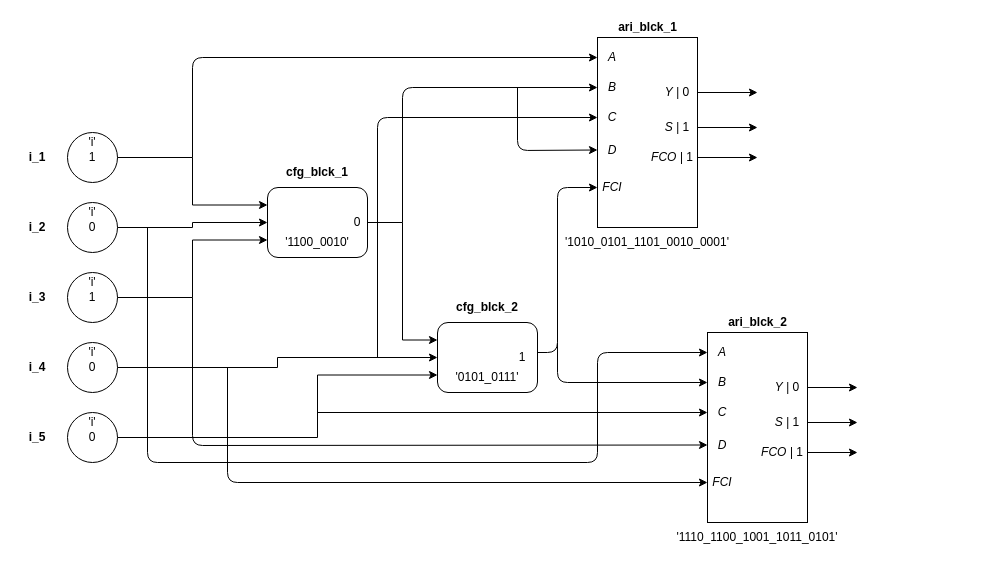
Above: multimedia/example_graph.drawio in Reconfig-Comp/assign_1 (draw.io), before the change. Source tidied: cells renumbered, new cells numbered last; positions are measured from the earlier drawing's top-left corner, leaving out a move shared by most shapes. Both pictures are drawn from the tidied source at 100%, with x=0, y=0 at pixel (17, 17).
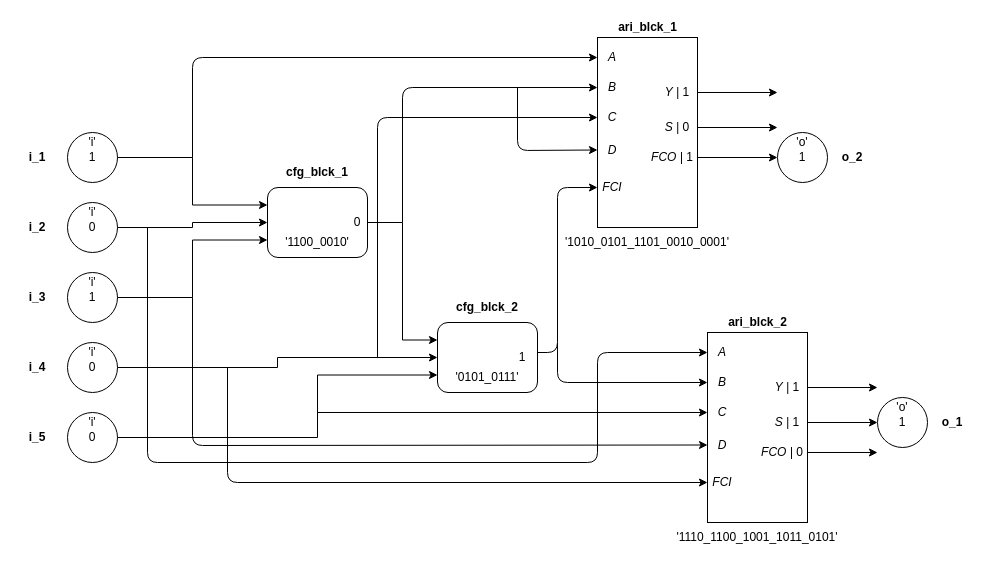
The same diagram, later.

Unchanged cells that the change refers to:
```xml
<mxCell id="38" style="group;" parent="1" vertex="1">
  <mxGeometry x="540" width="180" height="235" as="geometry" />
</mxCell>
<mxCell id="47" value="&lt;i&gt;FCO | &lt;/i&gt;1" style="text;html=1;strokeColor=none;fillColor=none;align=center;verticalAlign=middle;whiteSpace=wrap;rounded=0;" parent="38" vertex="1">
  <mxGeometry x="90" y="130" width="50" height="20" as="geometry" />
</mxCell>
<mxCell id="58" style="group;" parent="1" vertex="1">
  <mxGeometry x="650" y="295" width="180" height="235" as="geometry" />
</mxCell>
<mxCell id="66" value="&lt;i&gt;S | &lt;/i&gt;1" style="text;html=1;strokeColor=none;fillColor=none;align=center;verticalAlign=middle;whiteSpace=wrap;rounded=0;" parent="58" vertex="1">
  <mxGeometry x="100" y="100" width="40" height="20" as="geometry" />
</mxCell>
```

Diff of the diagram source:
```diff
@@
-    <mxCell id="45" value="&lt;i&gt;Y | &lt;/i&gt;0" style="text;html=1;strokeColor=none;fillColor=none;align=center;verticalAlign=middle;whiteSpace=wrap;rounded=0;" parent="38" vertex="1">
+    <mxCell id="45" value="&lt;i&gt;Y | &lt;/i&gt;1" style="text;html=1;strokeColor=none;fillColor=none;align=center;verticalAlign=middle;whiteSpace=wrap;rounded=0;" parent="38" vertex="1">
       <mxGeometry x="100" y="65" width="40" height="20" as="geometry" />
     </mxCell>
-    <mxCell id="46" value="&lt;i&gt;S | &lt;/i&gt;1" style="text;html=1;strokeColor=none;fillColor=none;align=center;verticalAlign=middle;whiteSpace=wrap;rounded=0;" parent="38" vertex="1">
+    <mxCell id="46" value="&lt;i&gt;S | &lt;/i&gt;0" style="text;html=1;strokeColor=none;fillColor=none;align=center;verticalAlign=middle;whiteSpace=wrap;rounded=0;" parent="38" vertex="1">
       <mxGeometry x="100" y="100" width="40" height="20" as="geometry" />
     </mxCell>
@@
     <mxCell id="55" style="endArrow=classic;html=1;exitX=1;exitY=0.5;exitDx=0;exitDy=0;" parent="1" edge="1" source="45">
       <mxGeometry relative="1" as="geometry">
-        <mxPoint x="740" y="75" as="targetPoint" />
+        <mxPoint x="760" y="75" as="targetPoint" />
       </mxGeometry>
     </mxCell>
     <mxCell id="56" style="endArrow=classic;html=1;exitX=1;exitY=0.5;exitDx=0;exitDy=0;" parent="1" edge="1" source="46">
       <mxGeometry relative="1" as="geometry">
-        <mxPoint x="740" y="110" as="targetPoint" />
+        <mxPoint x="760" y="110" as="targetPoint" />
       </mxGeometry>
     </mxCell>
-    <mxCell id="57" style="endArrow=classic;html=1;exitX=1;exitY=0.5;exitDx=0;exitDy=0;" parent="1" edge="1" source="47">
-      <mxGeometry relative="1" as="geometry">
-        <mxPoint x="740" y="140" as="targetPoint" />
-      </mxGeometry>
+    <mxCell id="57" style="endArrow=classic;html=1;exitX=1;exitY=0.5;exitDx=0;exitDy=0;entryX=0;entryY=0.5;entryDx=0;entryDy=0;" parent="1" edge="1" source="47" target="79">
+      <mxGeometry relative="1" as="geometry" />
     </mxCell>
@@
-    <mxCell id="65" value="&lt;i&gt;Y | &lt;/i&gt;0" style="text;html=1;strokeColor=none;fillColor=none;align=center;verticalAlign=middle;whiteSpace=wrap;rounded=0;" parent="58" vertex="1">
+    <mxCell id="65" value="&lt;i&gt;Y | &lt;/i&gt;1" style="text;html=1;strokeColor=none;fillColor=none;align=center;verticalAlign=middle;whiteSpace=wrap;rounded=0;" parent="58" vertex="1">
       <mxGeometry x="100" y="65" width="40" height="20" as="geometry" />
     </mxCell>
@@
-    <mxCell id="67" value="&lt;i&gt;FCO | &lt;/i&gt;1" style="text;html=1;strokeColor=none;fillColor=none;align=center;verticalAlign=middle;whiteSpace=wrap;rounded=0;" parent="58" vertex="1">
+    <mxCell id="67" value="&lt;i&gt;FCO | &lt;/i&gt;0" style="text;html=1;strokeColor=none;fillColor=none;align=center;verticalAlign=middle;whiteSpace=wrap;rounded=0;" parent="58" vertex="1">
       <mxGeometry x="90" y="130" width="50" height="20" as="geometry" />
     </mxCell>
@@
     <mxCell id="75" style="endArrow=classic;html=1;exitX=1;exitY=0.5;exitDx=0;exitDy=0;" parent="1" edge="1" source="65">
       <mxGeometry relative="1" as="geometry">
-        <mxPoint x="840" y="370" as="targetPoint" />
+        <mxPoint x="860" y="370" as="targetPoint" />
       </mxGeometry>
     </mxCell>
-    <mxCell id="76" style="endArrow=classic;html=1;exitX=1;exitY=0.5;exitDx=0;exitDy=0;" parent="1" edge="1" source="66">
-      <mxGeometry relative="1" as="geometry">
-        <mxPoint x="840" y="405" as="targetPoint" />
-      </mxGeometry>
+    <mxCell id="76" style="endArrow=classic;html=1;exitX=1;exitY=0.5;exitDx=0;exitDy=0;entryX=0;entryY=0.5;entryDx=0;entryDy=0;" parent="1" edge="1" source="66" target="83">
+      <mxGeometry relative="1" as="geometry" />
     </mxCell>
     <mxCell id="77" style="endArrow=classic;html=1;exitX=1;exitY=0.5;exitDx=0;exitDy=0;" parent="1" edge="1" source="67">
       <mxGeometry relative="1" as="geometry">
-        <mxPoint x="840" y="435" as="targetPoint" />
+        <mxPoint x="860" y="435" as="targetPoint" />
       </mxGeometry>
     </mxCell>
+    <mxCell id="78" style="group;" parent="1" vertex="1">
+      <mxGeometry x="760" y="115" width="95" height="50" as="geometry" />
+    </mxCell>
+    <mxCell id="79" value="1" style="ellipse;whiteSpace=wrap;html=1;" parent="78" vertex="1">
+      <mxGeometry width="50" height="50" as="geometry" />
+    </mxCell>
+    <mxCell id="80" value="'o'" style="text;html=1;strokeColor=none;fillColor=none;align=center;verticalAlign=middle;whiteSpace=wrap;rounded=0;" parent="78" vertex="1">
+      <mxGeometry x="5" width="40" height="20" as="geometry" />
+    </mxCell>
+    <mxCell id="81" value="&lt;b&gt;o_2&lt;/b&gt;" style="text;html=1;strokeColor=none;fillColor=none;align=center;verticalAlign=middle;whiteSpace=wrap;rounded=0;" parent="78" vertex="1">
+      <mxGeometry x="55" y="15" width="40" height="20" as="geometry" />
+    </mxCell>
+    <mxCell id="82" style="group;" parent="1" vertex="1">
+      <mxGeometry x="860" y="380" width="95" height="50" as="geometry" />
+    </mxCell>
+    <mxCell id="83" value="1" style="ellipse;whiteSpace=wrap;html=1;" parent="82" vertex="1">
+      <mxGeometry width="50" height="50" as="geometry" />
+    </mxCell>
+    <mxCell id="84" value="'o'" style="text;html=1;strokeColor=none;fillColor=none;align=center;verticalAlign=middle;whiteSpace=wrap;rounded=0;" parent="82" vertex="1">
+      <mxGeometry x="5" width="40" height="20" as="geometry" />
+    </mxCell>
+    <mxCell id="85" value="&lt;b&gt;o_1&lt;/b&gt;" style="text;html=1;strokeColor=none;fillColor=none;align=center;verticalAlign=middle;whiteSpace=wrap;rounded=0;" parent="82" vertex="1">
+      <mxGeometry x="55" y="15" width="40" height="20" as="geometry" />
+    </mxCell>
```
